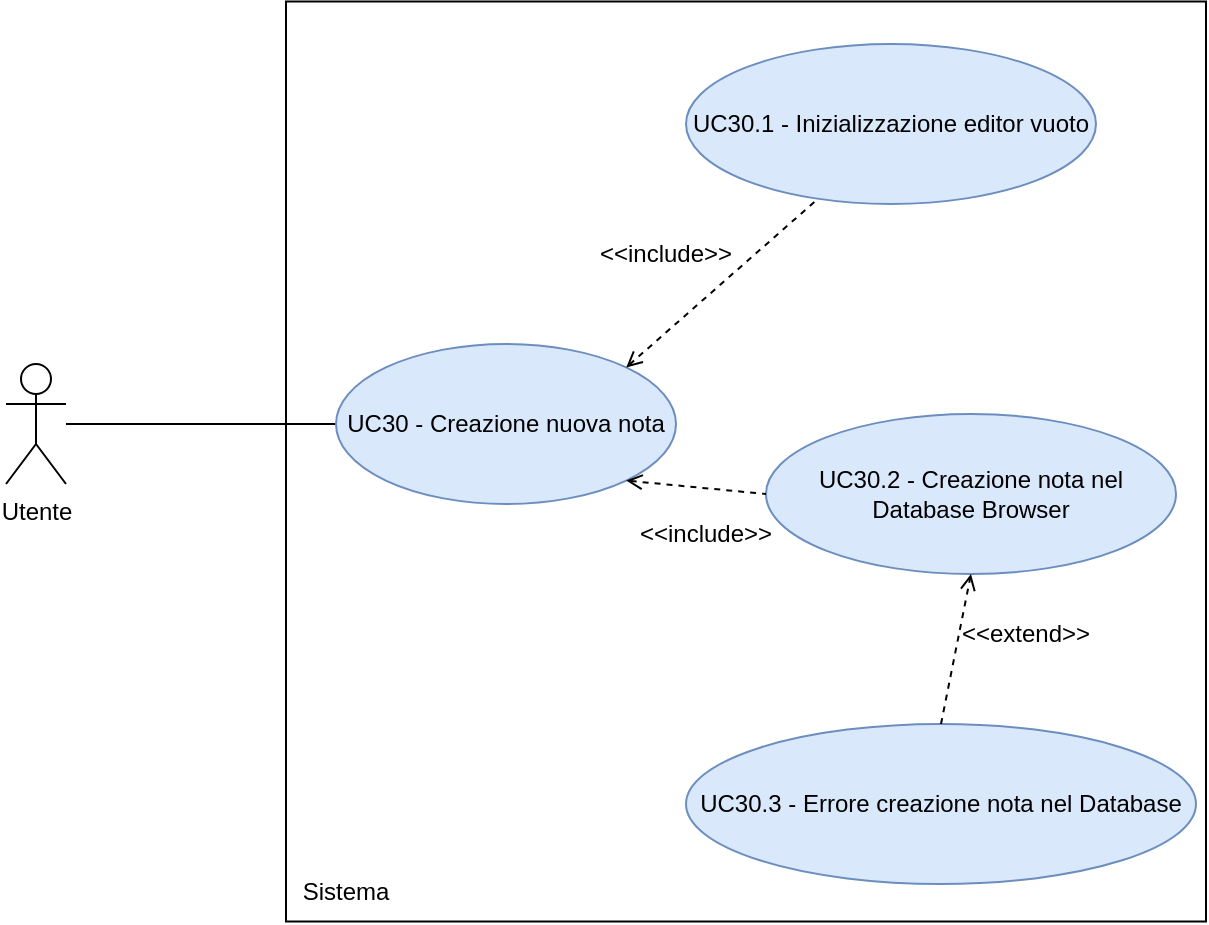
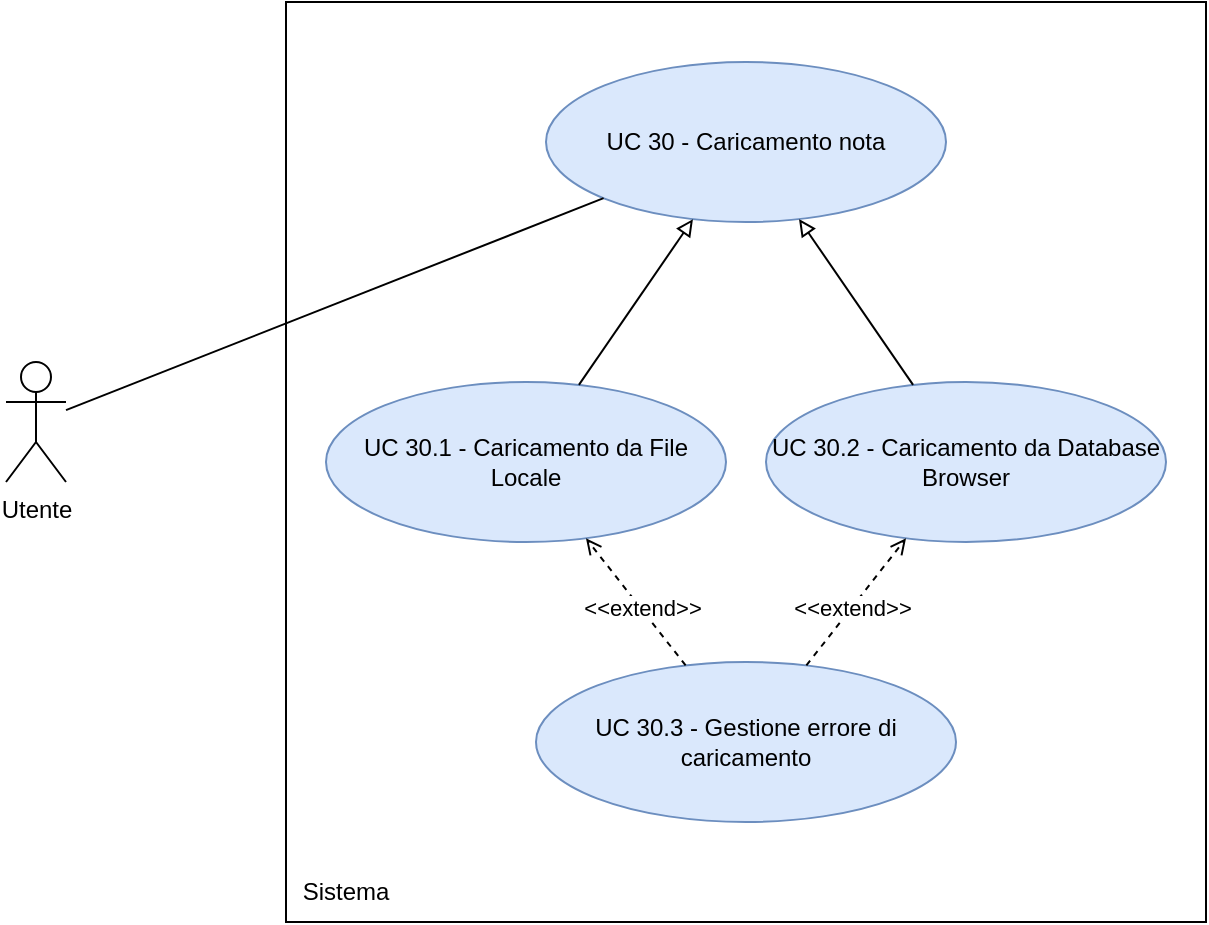
- <mxfile host="Electron" agent="Mozilla/5.0 (Macintosh; Intel Mac OS X 10_15_7) AppleWebKit/537.36 (KHTML, like Gecko) draw.io/29.6.6 Chrome/144.0.7559.236 Electron/40.8.4 Safari/537.36" version="29.6.6">
-   <diagram name="Page-1" id="txlnS8rQwgi-RHibTv1T">
-     <mxGraphModel dx="976" dy="656" grid="1" gridSize="10" guides="1" tooltips="1" connect="1" arrows="1" fold="1" page="1" pageScale="1" pageWidth="850" pageHeight="1100" math="0" shadow="0">
+ <mxfile host="app.diagrams.net">
+   <diagram name="UC 11 - Gestione Codice" id="Kt2Dgr2KxfvWRwyXOeAN">
+     <mxGraphModel dx="1483" dy="1032" grid="1" gridSize="10" guides="1" tooltips="1" connect="1" arrows="1" fold="1" page="1" pageScale="1" pageWidth="850" pageHeight="1100" math="0" shadow="0">
      <root>
        <mxCell id="0" />
        <mxCell id="1" parent="0" />
-         <mxCell id="FZwI5ev0mp1Ufgfl1J7u-1" parent="1" style="shape=umlActor;verticalLabelPosition=bottom;verticalAlign=top;html=1;outlineConnect=0;" value="Utente" vertex="1">
-           <mxGeometry height="60" width="30" x="90" y="270" as="geometry" />
+         <mxCell id="RaLqJGYHGWQkEpiDzxTo-633" parent="1" style="shape=umlActor;verticalLabelPosition=bottom;verticalAlign=top;html=1;outlineConnect=0;" value="Utente" vertex="1">
+           <mxGeometry height="60" width="30" x="90" y="370" as="geometry" />
        </mxCell>
-         <mxCell id="FZwI5ev0mp1Ufgfl1J7u-4" parent="1" style="whiteSpace=wrap;html=1;aspect=fixed;" value="" vertex="1">
-           <mxGeometry height="460" width="460" x="230" y="88.75" as="geometry" />
+         <mxCell id="RaLqJGYHGWQkEpiDzxTo-634" parent="1" style="whiteSpace=wrap;html=1;aspect=fixed;" value="" vertex="1">
+           <mxGeometry height="460" width="460" x="230" y="190" as="geometry" />
        </mxCell>
-         <mxCell id="FZwI5ev0mp1Ufgfl1J7u-6" edge="1" parent="1" source="FZwI5ev0mp1Ufgfl1J7u-5" style="edgeStyle=orthogonalEdgeStyle;rounded=0;orthogonalLoop=1;jettySize=auto;html=1;endArrow=none;endFill=0;">
-           <mxGeometry relative="1" as="geometry">
-             <mxPoint x="120" y="300" as="targetPoint" />
+         <mxCell id="RaLqJGYHGWQkEpiDzxTo-635" parent="1" style="text;html=1;whiteSpace=wrap;strokeColor=none;fillColor=none;align=center;verticalAlign=middle;rounded=0;" value="Sistema" vertex="1">
+           <mxGeometry height="30" width="60" x="230" y="620" as="geometry" />
+         </mxCell>
+         <mxCell id="RaLqJGYHGWQkEpiDzxTo-636" parent="1" style="ellipse;whiteSpace=wrap;html=1;fillColor=#dae8fc;strokeColor=#6c8ebf;" value="UC 30 - Caricamento nota" vertex="1">
+           <mxGeometry height="80" width="200" x="360" y="220" as="geometry" />
+         </mxCell>
+         <mxCell id="RaLqJGYHGWQkEpiDzxTo-637" edge="1" parent="1" source="RaLqJGYHGWQkEpiDzxTo-633" style="edgeStyle=none;rounded=0;orthogonalLoop=1;jettySize=auto;html=1;endArrow=none;endFill=0;" target="RaLqJGYHGWQkEpiDzxTo-636">
+           <mxGeometry relative="1" as="geometry" />
+         </mxCell>
+         <mxCell id="RaLqJGYHGWQkEpiDzxTo-638" parent="1" style="ellipse;whiteSpace=wrap;html=1;fillColor=#dae8fc;strokeColor=#6c8ebf;" value="UC 30.1 - Caricamento da File Locale" vertex="1">
+           <mxGeometry height="80" width="200" x="250" y="380" as="geometry" />
+         </mxCell>
+         <mxCell id="RaLqJGYHGWQkEpiDzxTo-639" edge="1" parent="1" source="RaLqJGYHGWQkEpiDzxTo-638" style="edgeStyle=none;rounded=0;orthogonalLoop=1;jettySize=auto;html=1;endArrow=block;endFill=0;" target="RaLqJGYHGWQkEpiDzxTo-636">
+           <mxGeometry relative="1" as="geometry" />
+         </mxCell>
+         <mxCell id="RaLqJGYHGWQkEpiDzxTo-640" parent="1" style="ellipse;whiteSpace=wrap;html=1;fillColor=#dae8fc;strokeColor=#6c8ebf;" value="UC 30.2 - Caricamento da Database Browser" vertex="1">
+           <mxGeometry height="80" width="200" x="470" y="380" as="geometry" />
+         </mxCell>
+         <mxCell id="RaLqJGYHGWQkEpiDzxTo-641" edge="1" parent="1" source="RaLqJGYHGWQkEpiDzxTo-640" style="edgeStyle=none;rounded=0;orthogonalLoop=1;jettySize=auto;html=1;endArrow=block;endFill=0;" target="RaLqJGYHGWQkEpiDzxTo-636">
+           <mxGeometry relative="1" as="geometry" />
+         </mxCell>
+         <mxCell id="RaLqJGYHGWQkEpiDzxTo-642" parent="1" style="ellipse;whiteSpace=wrap;html=1;fillColor=#dae8fc;strokeColor=#6c8ebf;" value="UC 30.3 - Gestione errore di caricamento" vertex="1">
+           <mxGeometry height="80" width="210" x="355" y="520" as="geometry" />
+         </mxCell>
+         <mxCell id="RaLqJGYHGWQkEpiDzxTo-643" edge="1" parent="1" source="RaLqJGYHGWQkEpiDzxTo-642" style="edgeStyle=none;rounded=0;orthogonalLoop=1;jettySize=auto;html=1;endArrow=open;endFill=0;dashed=1;" target="RaLqJGYHGWQkEpiDzxTo-638">
+           <mxGeometry relative="1" as="geometry" />
+         </mxCell>
+         <mxCell id="RaLqJGYHGWQkEpiDzxTo-644" connectable="0" parent="RaLqJGYHGWQkEpiDzxTo-643" style="edgeLabel;html=1;align=center;verticalAlign=middle;resizable=0;points=[];" value="&amp;lt;&amp;lt;extend&amp;gt;&amp;gt;" vertex="1">
+           <mxGeometry relative="1" x="-0.1" as="geometry">
+             <mxPoint as="offset" />
          </mxGeometry>
        </mxCell>
-         <mxCell id="FZwI5ev0mp1Ufgfl1J7u-5" parent="1" style="ellipse;whiteSpace=wrap;html=1;fillColor=#dae8fc;strokeColor=#6c8ebf;" value="UC30 - Creazione nuova nota" vertex="1">
-           <mxGeometry height="80" width="170" x="255" y="260" as="geometry" />
+         <mxCell id="RaLqJGYHGWQkEpiDzxTo-645" edge="1" parent="1" source="RaLqJGYHGWQkEpiDzxTo-642" style="edgeStyle=none;rounded=0;orthogonalLoop=1;jettySize=auto;html=1;endArrow=open;endFill=0;dashed=1;" target="RaLqJGYHGWQkEpiDzxTo-640">
+           <mxGeometry relative="1" as="geometry" />
        </mxCell>
-         <mxCell id="FZwI5ev0mp1Ufgfl1J7u-7" parent="1" style="text;html=1;whiteSpace=wrap;strokeColor=none;fillColor=none;align=center;verticalAlign=middle;rounded=0;" value="Sistema" vertex="1">
-           <mxGeometry height="30" width="60" x="230" y="518.75" as="geometry" />
-         </mxCell>
-         <mxCell id="FZwI5ev0mp1Ufgfl1J7u-8" parent="1" style="ellipse;whiteSpace=wrap;html=1;fillColor=#dae8fc;strokeColor=#6c8ebf;" value="UC30.1 - Inizializzazione editor vuoto" vertex="1">
-           <mxGeometry height="80" width="205" x="430" y="110" as="geometry" />
-         </mxCell>
-         <mxCell id="FZwI5ev0mp1Ufgfl1J7u-9" edge="1" parent="1" source="FZwI5ev0mp1Ufgfl1J7u-5" style="endArrow=none;dashed=1;html=1;rounded=0;entryX=0.324;entryY=0.963;entryDx=0;entryDy=0;entryPerimeter=0;exitX=1;exitY=0;exitDx=0;exitDy=0;startArrow=open;startFill=0;" target="FZwI5ev0mp1Ufgfl1J7u-8" value="">
-           <mxGeometry height="50" relative="1" width="50" as="geometry">
-             <mxPoint x="380" y="260" as="sourcePoint" />
-             <mxPoint x="425" y="210" as="targetPoint" />
+         <mxCell id="RaLqJGYHGWQkEpiDzxTo-646" connectable="0" parent="RaLqJGYHGWQkEpiDzxTo-645" style="edgeLabel;html=1;align=center;verticalAlign=middle;resizable=0;points=[];" value="&amp;lt;&amp;lt;extend&amp;gt;&amp;gt;" vertex="1">
+           <mxGeometry relative="1" x="-0.1" as="geometry">
+             <mxPoint as="offset" />
          </mxGeometry>
-         </mxCell>
-         <mxCell id="FZwI5ev0mp1Ufgfl1J7u-10" parent="1" style="text;html=1;whiteSpace=wrap;strokeColor=none;fillColor=none;align=center;verticalAlign=middle;rounded=0;" value="&amp;lt;&amp;lt;include&amp;gt;&amp;gt;" vertex="1">
-           <mxGeometry height="30" width="60" x="390" y="200" as="geometry" />
-         </mxCell>
-         <mxCell id="FZwI5ev0mp1Ufgfl1J7u-12" parent="1" style="ellipse;whiteSpace=wrap;html=1;fillColor=#dae8fc;strokeColor=#6c8ebf;" value="UC30.2 - Creazione nota nel Database Browser" vertex="1">
-           <mxGeometry height="80" width="205" x="470" y="295" as="geometry" />
-         </mxCell>
-         <mxCell id="FZwI5ev0mp1Ufgfl1J7u-13" edge="1" parent="1" source="FZwI5ev0mp1Ufgfl1J7u-5" style="endArrow=none;dashed=1;html=1;rounded=0;entryX=0;entryY=0.5;entryDx=0;entryDy=0;exitX=1;exitY=1;exitDx=0;exitDy=0;startArrow=open;startFill=0;" target="FZwI5ev0mp1Ufgfl1J7u-12" value="">
-           <mxGeometry height="50" relative="1" width="50" as="geometry">
-             <mxPoint x="380" y="370" as="sourcePoint" />
-             <mxPoint x="430" y="320" as="targetPoint" />
-           </mxGeometry>
-         </mxCell>
-         <mxCell id="FZwI5ev0mp1Ufgfl1J7u-14" parent="1" style="text;html=1;whiteSpace=wrap;strokeColor=none;fillColor=none;align=center;verticalAlign=middle;rounded=0;" value="&amp;lt;&amp;lt;include&amp;gt;&amp;gt;" vertex="1">
-           <mxGeometry height="30" width="60" x="410" y="340" as="geometry" />
-         </mxCell>
-         <mxCell id="LWnYfFB5YCyXbUspVLDi-2" parent="1" style="ellipse;whiteSpace=wrap;html=1;fillColor=#dae8fc;strokeColor=#6c8ebf;" value="UC30.3 - Errore creazione nota nel Database" vertex="1">
-           <mxGeometry height="80" width="255" x="430" y="450" as="geometry" />
-         </mxCell>
-         <mxCell id="LWnYfFB5YCyXbUspVLDi-3" edge="1" parent="1" source="LWnYfFB5YCyXbUspVLDi-2" style="endArrow=open;dashed=1;html=1;rounded=0;entryX=0.5;entryY=1;entryDx=0;entryDy=0;startArrow=none;startFill=0;endFill=0;exitX=0.5;exitY=0;exitDx=0;exitDy=0;" target="FZwI5ev0mp1Ufgfl1J7u-12" value="">
-           <mxGeometry height="50" relative="1" width="50" as="geometry">
-             <mxPoint x="507.5" y="450" as="sourcePoint" />
-             <mxPoint x="557.5" y="400" as="targetPoint" />
-           </mxGeometry>
-         </mxCell>
-         <mxCell id="LWnYfFB5YCyXbUspVLDi-4" parent="1" style="text;html=1;whiteSpace=wrap;strokeColor=none;fillColor=none;align=center;verticalAlign=middle;rounded=0;" value="&amp;lt;&amp;lt;extend&amp;gt;&amp;gt;" vertex="1">
-           <mxGeometry height="30" width="60" x="570" y="390" as="geometry" />
        </mxCell>
      </root>
    </mxGraphModel>
  </diagram>
</mxfile>
